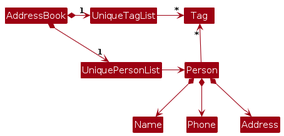
Earlier version of the PlantUML export diagrams/BetterModelClassDiagram.png (AY2324S2-CS2103T-T10-2/tp). Its source is kept beside it as diagrams/BetterModelClassDiagram.puml.
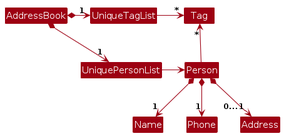
Later version of the same file.

Change to the diagram source:
```diff
@@ -14,7 +14,7 @@
 
 Person -up-> "*" Tag
 
-Person *--> Name
-Person *--> Phone
-Person *--> Address
+Person *--> "1" Name
+Person *--> "1" Phone
+Person *--> "0...1" Address
 @enduml
```
